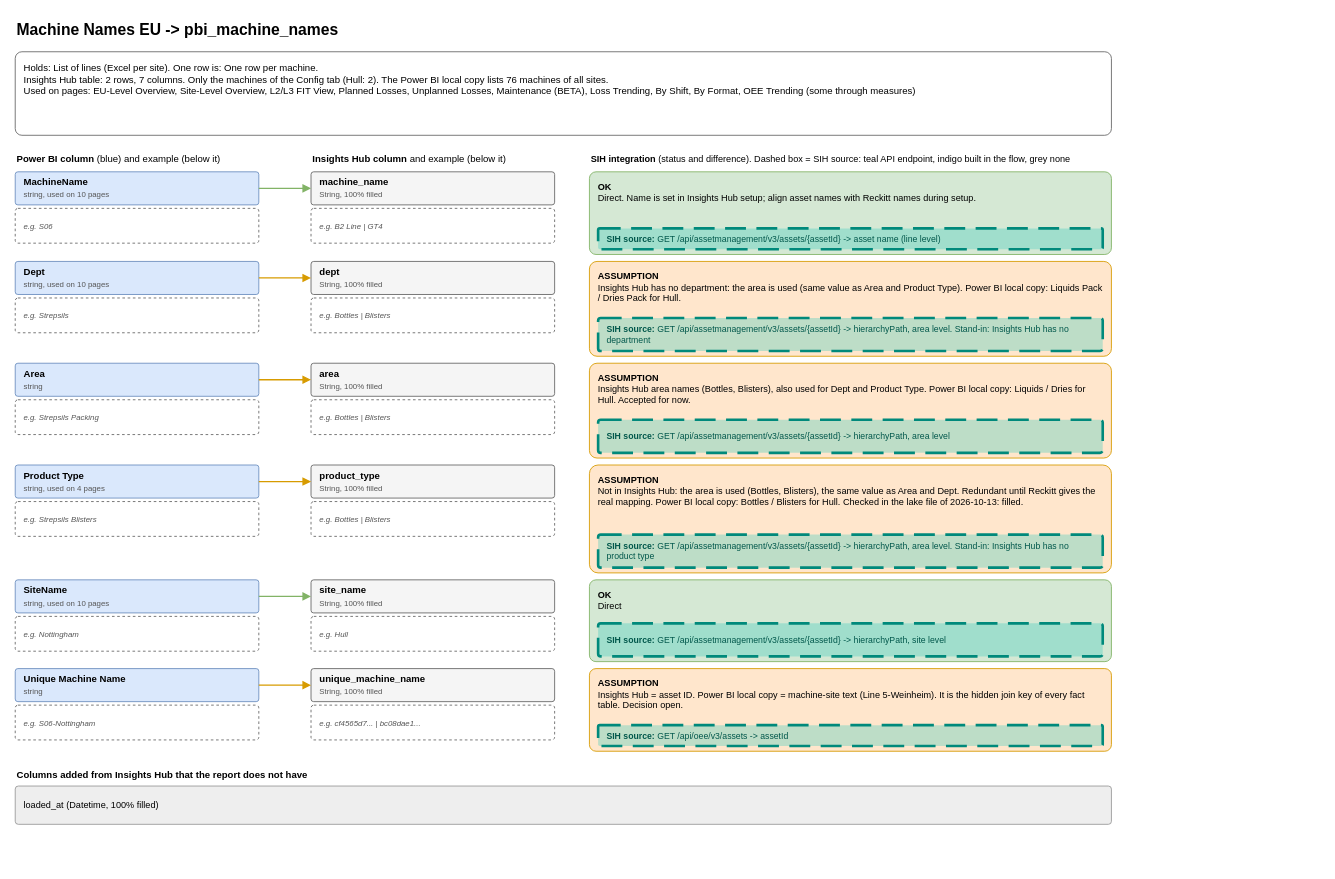
The draw.io diagram page "1 Machine Names EU" (2 of 16) of diagrams/powerbi-data-map.drawio in AbiyyuMufti/SIH-IBMX-R, before the edit. Source tidied: cells renumbered, new cells numbered last; positions are measured from the earlier drawing's top-left corner, leaving out a move shared by most shapes. Both pictures are drawn from the tidied source at 87%, with x=0, y=0 at pixel (15, 15).
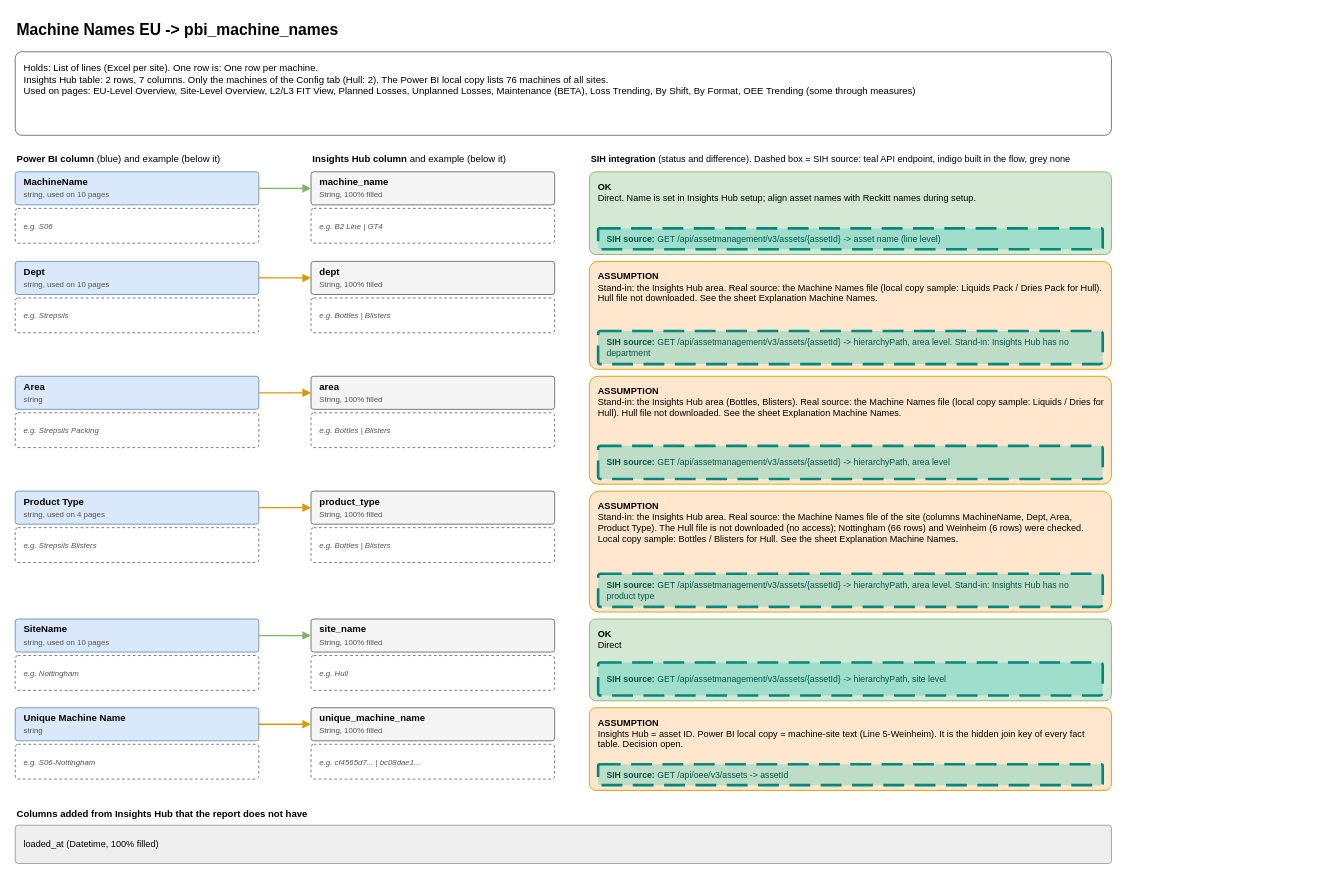
The same page after the edit.

Diff of the diagram source:
```diff
@@
-    <mxCell id="19" value="&lt;b&gt;ASSUMPTION&lt;/b&gt;&lt;br&gt;Insights Hub has no department: the area is used (same value as Area and Product Type). Power BI local copy: Liquids Pack / Dries Pack for Hull." style="rounded=1;whiteSpace=wrap;html=1;align=left;verticalAlign=middle;spacingLeft=8;spacingRight=6;spacingTop=2;spacingBottom=2;fontSize=11;arcSize=8;fillColor=#ffe6cc;strokeColor=#d79b00;verticalAlign=top;spacingTop=4;fontSize=10.5;" parent="1" vertex="1">
-      <mxGeometry x="660" y="283" width="600" height="109" as="geometry" />
+    <mxCell id="19" value="&lt;b&gt;ASSUMPTION&lt;/b&gt;&lt;br&gt;Stand-in: the Insights Hub area. Real source: the Machine Names file (local copy sample: Liquids Pack / Dries Pack for Hull). Hull file not downloaded. See the sheet Explanation Machine Names." style="rounded=1;whiteSpace=wrap;html=1;align=left;verticalAlign=middle;spacingLeft=8;spacingRight=6;spacingTop=2;spacingBottom=2;fontSize=11;arcSize=8;fillColor=#ffe6cc;strokeColor=#d79b00;verticalAlign=top;spacingTop=4;fontSize=10.5;" parent="1" vertex="1">
+      <mxGeometry x="660" y="283" width="600" height="124" as="geometry" />
     </mxCell>
     <mxCell id="20" value="&lt;b&gt;SIH source: &lt;/b&gt;GET /api/assetmanagement/v3/assets/{assetId} -&amp;gt; hierarchyPath, area level. Stand-in: Insights Hub has no department" style="rounded=1;whiteSpace=wrap;html=1;align=left;verticalAlign=middle;spacingLeft=8;spacingRight=6;spacingTop=2;spacingBottom=2;fontSize=11;arcSize=8;fillColor=#26C6B8;strokeColor=#00897B;verticalAlign=middle;fontSize=10;dashed=1;dashPattern=8 4;strokeWidth=3;fillOpacity=30;fontColor=#00574B;" parent="1" vertex="1">
-      <mxGeometry x="670" y="348" width="580" height="38" as="geometry" />
+      <mxGeometry x="670" y="363" width="580" height="38" as="geometry" />
     </mxCell>
     <mxCell id="21" value="&lt;b&gt;Area&lt;/b&gt;&lt;br&gt;&lt;font style=&quot;font-size:9px&quot; color=&quot;#555555&quot;&gt;string&lt;/font&gt;" style="rounded=1;whiteSpace=wrap;html=1;align=left;verticalAlign=middle;spacingLeft=8;spacingRight=6;spacingTop=2;spacingBottom=2;fontSize=11;arcSize=8;fillColor=#dae8fc;strokeColor=#6c8ebf;" parent="1" vertex="1">
-      <mxGeometry y="400" width="280" height="38" as="geometry" />
+      <mxGeometry y="415" width="280" height="38" as="geometry" />
     </mxCell>
     <mxCell id="22" value="&lt;font style=&quot;font-size:9px&quot; color=&quot;#555555&quot;&gt;e.g. Strepsils Packing&lt;/font&gt;" style="rounded=1;whiteSpace=wrap;html=1;align=left;verticalAlign=middle;spacingLeft=8;spacingRight=6;spacingTop=2;spacingBottom=2;fontSize=11;arcSize=8;fillColor=#ffffff;strokeColor=#666666;dashed=1;fontStyle=2;" parent="1" vertex="1">
-      <mxGeometry y="442" width="280" height="40" as="geometry" />
+      <mxGeometry y="457" width="280" height="40" as="geometry" />
     </mxCell>
     <mxCell id="23" value="&lt;b&gt;area&lt;/b&gt;&lt;br&gt;&lt;font style=&quot;font-size:9px&quot; color=&quot;#555555&quot;&gt;String, 100% filled&lt;/font&gt;" style="rounded=1;whiteSpace=wrap;html=1;align=left;verticalAlign=middle;spacingLeft=8;spacingRight=6;spacingTop=2;spacingBottom=2;fontSize=11;arcSize=8;fillColor=#f5f5f5;strokeColor=#666666;" parent="1" vertex="1">
-      <mxGeometry x="340" y="400" width="280" height="38" as="geometry" />
+      <mxGeometry x="340" y="415" width="280" height="38" as="geometry" />
     </mxCell>
     <mxCell id="24" value="&lt;font style=&quot;font-size:9px&quot; color=&quot;#555555&quot;&gt;e.g. Bottles | Blisters&lt;/font&gt;" style="rounded=1;whiteSpace=wrap;html=1;align=left;verticalAlign=middle;spacingLeft=8;spacingRight=6;spacingTop=2;spacingBottom=2;fontSize=11;arcSize=8;fillColor=#ffffff;strokeColor=#666666;dashed=1;fontStyle=2;" parent="1" vertex="1">
-      <mxGeometry x="340" y="442" width="280" height="40" as="geometry" />
+      <mxGeometry x="340" y="457" width="280" height="40" as="geometry" />
     </mxCell>
@@
-    <mxCell id="26" value="&lt;b&gt;ASSUMPTION&lt;/b&gt;&lt;br&gt;Insights Hub area names (Bottles, Blisters), also used for Dept and Product Type. Power BI local copy: Liquids / Dries for Hull. Accepted for now." style="rounded=1;whiteSpace=wrap;html=1;align=left;verticalAlign=middle;spacingLeft=8;spacingRight=6;spacingTop=2;spacingBottom=2;fontSize=11;arcSize=8;fillColor=#ffe6cc;strokeColor=#d79b00;verticalAlign=top;spacingTop=4;fontSize=10.5;" parent="1" vertex="1">
-      <mxGeometry x="660" y="400" width="600" height="109" as="geometry" />
+    <mxCell id="26" value="&lt;b&gt;ASSUMPTION&lt;/b&gt;&lt;br&gt;Stand-in: the Insights Hub area (Bottles, Blisters). Real source: the Machine Names file (local copy sample: Liquids / Dries for Hull). Hull file not downloaded. See the sheet Explanation Machine Names." style="rounded=1;whiteSpace=wrap;html=1;align=left;verticalAlign=middle;spacingLeft=8;spacingRight=6;spacingTop=2;spacingBottom=2;fontSize=11;arcSize=8;fillColor=#ffe6cc;strokeColor=#d79b00;verticalAlign=top;spacingTop=4;fontSize=10.5;" parent="1" vertex="1">
+      <mxGeometry x="660" y="415" width="600" height="124" as="geometry" />
     </mxCell>
     <mxCell id="27" value="&lt;b&gt;SIH source: &lt;/b&gt;GET /api/assetmanagement/v3/assets/{assetId} -&amp;gt; hierarchyPath, area level" style="rounded=1;whiteSpace=wrap;html=1;align=left;verticalAlign=middle;spacingLeft=8;spacingRight=6;spacingTop=2;spacingBottom=2;fontSize=11;arcSize=8;fillColor=#26C6B8;strokeColor=#00897B;verticalAlign=middle;fontSize=10;dashed=1;dashPattern=8 4;strokeWidth=3;fillOpacity=30;fontColor=#00574B;" parent="1" vertex="1">
-      <mxGeometry x="670" y="465" width="580" height="38" as="geometry" />
+      <mxGeometry x="670" y="495" width="580" height="38" as="geometry" />
     </mxCell>
     <mxCell id="28" value="&lt;b&gt;Product Type&lt;/b&gt;&lt;br&gt;&lt;font style=&quot;font-size:9px&quot; color=&quot;#555555&quot;&gt;string, used on 4 pages&lt;/font&gt;" style="rounded=1;whiteSpace=wrap;html=1;align=left;verticalAlign=middle;spacingLeft=8;spacingRight=6;spacingTop=2;spacingBottom=2;fontSize=11;arcSize=8;fillColor=#dae8fc;strokeColor=#6c8ebf;" parent="1" vertex="1">
-      <mxGeometry y="517" width="280" height="38" as="geometry" />
+      <mxGeometry y="547" width="280" height="38" as="geometry" />
     </mxCell>
     <mxCell id="29" value="&lt;font style=&quot;font-size:9px&quot; color=&quot;#555555&quot;&gt;e.g. Strepsils Blisters&lt;/font&gt;" style="rounded=1;whiteSpace=wrap;html=1;align=left;verticalAlign=middle;spacingLeft=8;spacingRight=6;spacingTop=2;spacingBottom=2;fontSize=11;arcSize=8;fillColor=#ffffff;strokeColor=#666666;dashed=1;fontStyle=2;" parent="1" vertex="1">
-      <mxGeometry y="559" width="280" height="40" as="geometry" />
+      <mxGeometry y="589" width="280" height="40" as="geometry" />
     </mxCell>
     <mxCell id="30" value="&lt;b&gt;product_type&lt;/b&gt;&lt;br&gt;&lt;font style=&quot;font-size:9px&quot; color=&quot;#555555&quot;&gt;String, 100% filled&lt;/font&gt;" style="rounded=1;whiteSpace=wrap;html=1;align=left;verticalAlign=middle;spacingLeft=8;spacingRight=6;spacingTop=2;spacingBottom=2;fontSize=11;arcSize=8;fillColor=#f5f5f5;strokeColor=#666666;" parent="1" vertex="1">
-      <mxGeometry x="340" y="517" width="280" height="38" as="geometry" />
+      <mxGeometry x="340" y="547" width="280" height="38" as="geometry" />
     </mxCell>
     <mxCell id="31" value="&lt;font style=&quot;font-size:9px&quot; color=&quot;#555555&quot;&gt;e.g. Bottles | Blisters&lt;/font&gt;" style="rounded=1;whiteSpace=wrap;html=1;align=left;verticalAlign=middle;spacingLeft=8;spacingRight=6;spacingTop=2;spacingBottom=2;fontSize=11;arcSize=8;fillColor=#ffffff;strokeColor=#666666;dashed=1;fontStyle=2;" parent="1" vertex="1">
-      <mxGeometry x="340" y="559" width="280" height="40" as="geometry" />
+      <mxGeometry x="340" y="589" width="280" height="40" as="geometry" />
     </mxCell>
@@
-    <mxCell id="33" value="&lt;b&gt;ASSUMPTION&lt;/b&gt;&lt;br&gt;Not in Insights Hub: the area is used (Bottles, Blisters), the same value as Area and Dept. Redundant until Reckitt gives the real mapping. Power BI local copy: Bottles / Blisters for Hull. Checked in the lake file of 2026-10-13: filled." style="rounded=1;whiteSpace=wrap;html=1;align=left;verticalAlign=middle;spacingLeft=8;spacingRight=6;spacingTop=2;spacingBottom=2;fontSize=11;arcSize=8;fillColor=#ffe6cc;strokeColor=#d79b00;verticalAlign=top;spacingTop=4;fontSize=10.5;" parent="1" vertex="1">
-      <mxGeometry x="660" y="517" width="600" height="124" as="geometry" />
+    <mxCell id="33" value="&lt;b&gt;ASSUMPTION&lt;/b&gt;&lt;br&gt;Stand-in: the Insights Hub area. Real source: the Machine Names file of the site (columns MachineName, Dept, Area, Product Type). The Hull file is not downloaded (no access); Nottingham (66 rows) and Weinheim (6 rows) were checked. Local copy sample: Bottles / Blisters for Hull. See the sheet Explanation Machine Names." style="rounded=1;whiteSpace=wrap;html=1;align=left;verticalAlign=middle;spacingLeft=8;spacingRight=6;spacingTop=2;spacingBottom=2;fontSize=11;arcSize=8;fillColor=#ffe6cc;strokeColor=#d79b00;verticalAlign=top;spacingTop=4;fontSize=10.5;" parent="1" vertex="1">
+      <mxGeometry x="660" y="547" width="600" height="139" as="geometry" />
     </mxCell>
     <mxCell id="34" value="&lt;b&gt;SIH source: &lt;/b&gt;GET /api/assetmanagement/v3/assets/{assetId} -&amp;gt; hierarchyPath, area level. Stand-in: Insights Hub has no product type" style="rounded=1;whiteSpace=wrap;html=1;align=left;verticalAlign=middle;spacingLeft=8;spacingRight=6;spacingTop=2;spacingBottom=2;fontSize=11;arcSize=8;fillColor=#26C6B8;strokeColor=#00897B;verticalAlign=middle;fontSize=10;dashed=1;dashPattern=8 4;strokeWidth=3;fillOpacity=30;fontColor=#00574B;" parent="1" vertex="1">
-      <mxGeometry x="670" y="597" width="580" height="38" as="geometry" />
+      <mxGeometry x="670" y="642" width="580" height="38" as="geometry" />
     </mxCell>
     <mxCell id="35" value="&lt;b&gt;SiteName&lt;/b&gt;&lt;br&gt;&lt;font style=&quot;font-size:9px&quot; color=&quot;#555555&quot;&gt;string, used on 10 pages&lt;/font&gt;" style="rounded=1;whiteSpace=wrap;html=1;align=left;verticalAlign=middle;spacingLeft=8;spacingRight=6;spacingTop=2;spacingBottom=2;fontSize=11;arcSize=8;fillColor=#dae8fc;strokeColor=#6c8ebf;" parent="1" vertex="1">
-      <mxGeometry y="649" width="280" height="38" as="geometry" />
+      <mxGeometry y="694" width="280" height="38" as="geometry" />
     </mxCell>
     <mxCell id="36" value="&lt;font style=&quot;font-size:9px&quot; color=&quot;#555555&quot;&gt;e.g. Nottingham&lt;/font&gt;" style="rounded=1;whiteSpace=wrap;html=1;align=left;verticalAlign=middle;spacingLeft=8;spacingRight=6;spacingTop=2;spacingBottom=2;fontSize=11;arcSize=8;fillColor=#ffffff;strokeColor=#666666;dashed=1;fontStyle=2;" parent="1" vertex="1">
-      <mxGeometry y="691" width="280" height="40" as="geometry" />
+      <mxGeometry y="736" width="280" height="40" as="geometry" />
     </mxCell>
     <mxCell id="37" value="&lt;b&gt;site_name&lt;/b&gt;&lt;br&gt;&lt;font style=&quot;font-size:9px&quot; color=&quot;#555555&quot;&gt;String, 100% filled&lt;/font&gt;" style="rounded=1;whiteSpace=wrap;html=1;align=left;verticalAlign=middle;spacingLeft=8;spacingRight=6;spacingTop=2;spacingBottom=2;fontSize=11;arcSize=8;fillColor=#f5f5f5;strokeColor=#666666;" parent="1" vertex="1">
-      <mxGeometry x="340" y="649" width="280" height="38" as="geometry" />
+      <mxGeometry x="340" y="694" width="280" height="38" as="geometry" />
     </mxCell>
     <mxCell id="38" value="&lt;font style=&quot;font-size:9px&quot; color=&quot;#555555&quot;&gt;e.g. Hull&lt;/font&gt;" style="rounded=1;whiteSpace=wrap;html=1;align=left;verticalAlign=middle;spacingLeft=8;spacingRight=6;spacingTop=2;spacingBottom=2;fontSize=11;arcSize=8;fillColor=#ffffff;strokeColor=#666666;dashed=1;fontStyle=2;" parent="1" vertex="1">
-      <mxGeometry x="340" y="691" width="280" height="40" as="geometry" />
+      <mxGeometry x="340" y="736" width="280" height="40" as="geometry" />
     </mxCell>
@@
     <mxCell id="40" value="&lt;b&gt;OK&lt;/b&gt;&lt;br&gt;Direct" style="rounded=1;whiteSpace=wrap;html=1;align=left;verticalAlign=middle;spacingLeft=8;spacingRight=6;spacingTop=2;spacingBottom=2;fontSize=11;arcSize=8;fillColor=#d5e8d4;strokeColor=#82b366;verticalAlign=top;spacingTop=4;fontSize=10.5;" parent="1" vertex="1">
-      <mxGeometry x="660" y="649" width="600" height="94" as="geometry" />
+      <mxGeometry x="660" y="694" width="600" height="94" as="geometry" />
     </mxCell>
     <mxCell id="41" value="&lt;b&gt;SIH source: &lt;/b&gt;GET /api/assetmanagement/v3/assets/{assetId} -&amp;gt; hierarchyPath, site level" style="rounded=1;whiteSpace=wrap;html=1;align=left;verticalAlign=middle;spacingLeft=8;spacingRight=6;spacingTop=2;spacingBottom=2;fontSize=11;arcSize=8;fillColor=#26C6B8;strokeColor=#00897B;verticalAlign=middle;fontSize=10;dashed=1;dashPattern=8 4;strokeWidth=3;fillOpacity=30;fontColor=#00574B;" parent="1" vertex="1">
-      <mxGeometry x="670" y="699" width="580" height="38" as="geometry" />
+      <mxGeometry x="670" y="744" width="580" height="38" as="geometry" />
     </mxCell>
     <mxCell id="42" value="&lt;b&gt;Unique Machine Name&lt;/b&gt;&lt;br&gt;&lt;font style=&quot;font-size:9px&quot; color=&quot;#555555&quot;&gt;string&lt;/font&gt;" style="rounded=1;whiteSpace=wrap;html=1;align=left;verticalAlign=middle;spacingLeft=8;spacingRight=6;spacingTop=2;spacingBottom=2;fontSize=11;arcSize=8;fillColor=#dae8fc;strokeColor=#6c8ebf;" parent="1" vertex="1">
-      <mxGeometry y="751" width="280" height="38" as="geometry" />
+      <mxGeometry y="796" width="280" height="38" as="geometry" />
     </mxCell>
     <mxCell id="43" value="&lt;font style=&quot;font-size:9px&quot; color=&quot;#555555&quot;&gt;e.g. S06-Nottingham&lt;/font&gt;" style="rounded=1;whiteSpace=wrap;html=1;align=left;verticalAlign=middle;spacingLeft=8;spacingRight=6;spacingTop=2;spacingBottom=2;fontSize=11;arcSize=8;fillColor=#ffffff;strokeColor=#666666;dashed=1;fontStyle=2;" parent="1" vertex="1">
-      <mxGeometry y="793" width="280" height="40" as="geometry" />
+      <mxGeometry y="838" width="280" height="40" as="geometry" />
     </mxCell>
     <mxCell id="44" value="&lt;b&gt;unique_machine_name&lt;/b&gt;&lt;br&gt;&lt;font style=&quot;font-size:9px&quot; color=&quot;#555555&quot;&gt;String, 100% filled&lt;/font&gt;" style="rounded=1;whiteSpace=wrap;html=1;align=left;verticalAlign=middle;spacingLeft=8;spacingRight=6;spacingTop=2;spacingBottom=2;fontSize=11;arcSize=8;fillColor=#f5f5f5;strokeColor=#666666;" parent="1" vertex="1">
-      <mxGeometry x="340" y="751" width="280" height="38" as="geometry" />
+      <mxGeometry x="340" y="796" width="280" height="38" as="geometry" />
     </mxCell>
     <mxCell id="45" value="&lt;font style=&quot;font-size:9px&quot; color=&quot;#555555&quot;&gt;e.g. cf4565d7... | bc08dae1...&lt;/font&gt;" style="rounded=1;whiteSpace=wrap;html=1;align=left;verticalAlign=middle;spacingLeft=8;spacingRight=6;spacingTop=2;spacingBottom=2;fontSize=11;arcSize=8;fillColor=#ffffff;strokeColor=#666666;dashed=1;fontStyle=2;" parent="1" vertex="1">
-      <mxGeometry x="340" y="793" width="280" height="40" as="geometry" />
+      <mxGeometry x="340" y="838" width="280" height="40" as="geometry" />
     </mxCell>
@@
     <mxCell id="47" value="&lt;b&gt;ASSUMPTION&lt;/b&gt;&lt;br&gt;Insights Hub = asset ID. Power BI local copy = machine-site text (Line 5-Weinheim). It is the hidden join key of every fact table. Decision open." style="rounded=1;whiteSpace=wrap;html=1;align=left;verticalAlign=middle;spacingLeft=8;spacingRight=6;spacingTop=2;spacingBottom=2;fontSize=11;arcSize=8;fillColor=#ffe6cc;strokeColor=#d79b00;verticalAlign=top;spacingTop=4;fontSize=10.5;" parent="1" vertex="1">
-      <mxGeometry x="660" y="751" width="600" height="95" as="geometry" />
+      <mxGeometry x="660" y="796" width="600" height="95" as="geometry" />
     </mxCell>
     <mxCell id="48" value="&lt;b&gt;SIH source: &lt;/b&gt;GET /api/oee/v3/assets -&amp;gt; assetId" style="rounded=1;whiteSpace=wrap;html=1;align=left;verticalAlign=middle;spacingLeft=8;spacingRight=6;spacingTop=2;spacingBottom=2;fontSize=11;arcSize=8;fillColor=#26C6B8;strokeColor=#00897B;verticalAlign=middle;fontSize=10;dashed=1;dashPattern=8 4;strokeWidth=3;fillOpacity=30;fontColor=#00574B;" parent="1" vertex="1">
-      <mxGeometry x="670" y="816" width="580" height="24" as="geometry" />
+      <mxGeometry x="670" y="861" width="580" height="24" as="geometry" />
     </mxCell>
     <mxCell id="49" value="&lt;b&gt;Columns added from Insights Hub that the report does not have&lt;/b&gt;" style="text;html=1;whiteSpace=wrap;align=left;verticalAlign=top;fontSize=12;fontSize=11;" parent="1" vertex="1">
-      <mxGeometry y="860" width="1260" height="20" as="geometry" />
+      <mxGeometry y="905" width="1260" height="20" as="geometry" />
     </mxCell>
     <mxCell id="50" value="loaded_at (Datetime, 100% filled)" style="rounded=1;whiteSpace=wrap;html=1;align=left;verticalAlign=middle;spacingLeft=8;spacingRight=6;spacingTop=2;spacingBottom=2;fontSize=11;arcSize=8;fillColor=#eeeeee;strokeColor=#999999;fontSize=10.5;" parent="1" vertex="1">
-      <mxGeometry y="886" width="1260" height="44" as="geometry" />
+      <mxGeometry y="931" width="1260" height="44" as="geometry" />
     </mxCell>
```
